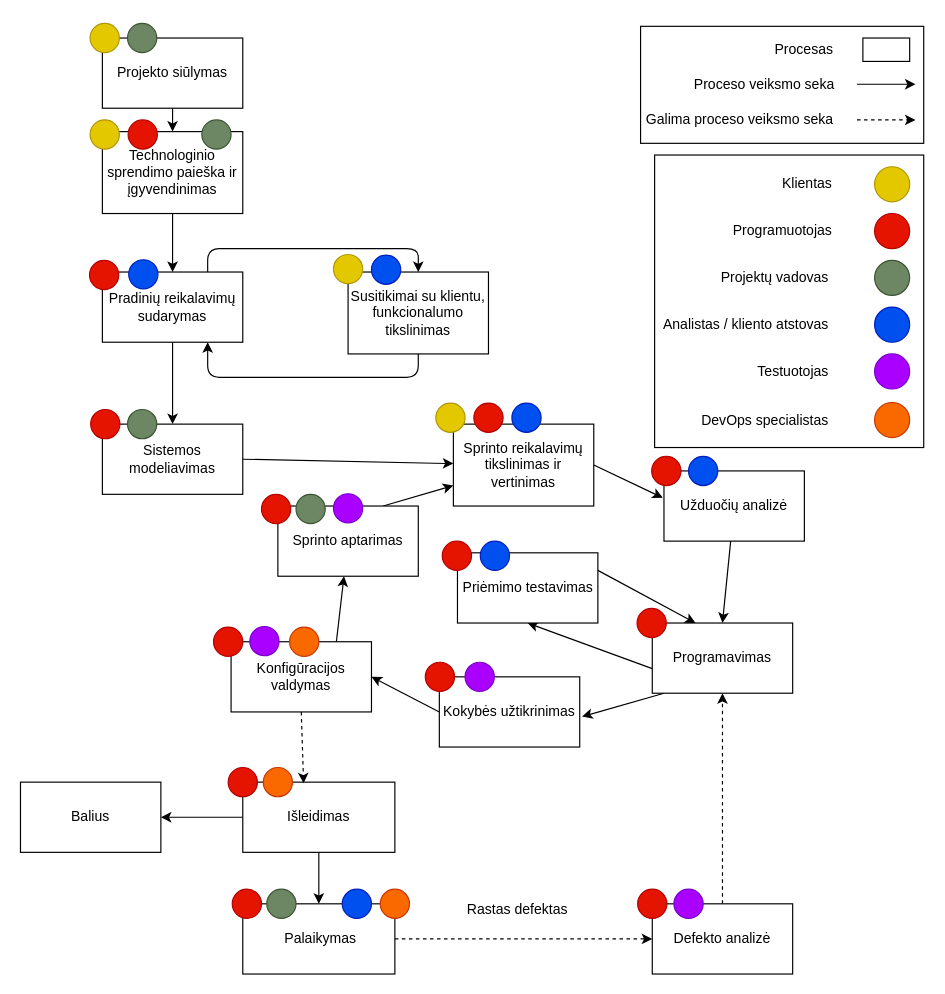
Above: SoftwareProcessMoonTechnologies.drawio in DziugasMazulis/PKP (draw.io), before the change. Source tidied: cells renumbered, new cells numbered last; positions are measured from the earlier drawing's top-left corner, leaving out a move shared by most shapes. Both pictures are drawn from the tidied source at 117%, with x=0, y=0 at pixel (20, 20).
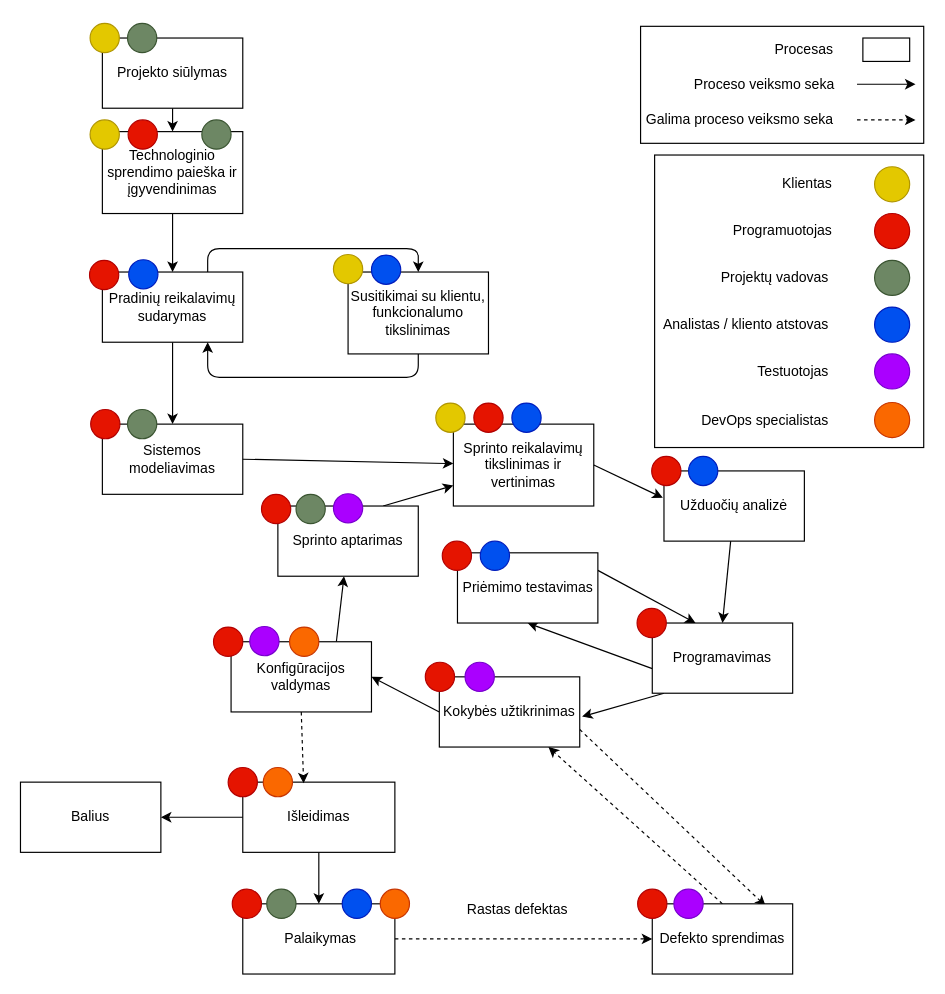
The same diagram, later.

Unchanged cells that the change refers to:
```xml
<mxCell id="15" value="Programavimas" style="rounded=0;whiteSpace=wrap;html=1;" parent="1" vertex="1">
  <mxGeometry x="540" y="515" width="120" height="60" as="geometry" />
</mxCell>
<mxCell id="17" value="Kokybės užtikrinimas" style="rounded=0;whiteSpace=wrap;html=1;" parent="1" vertex="1">
  <mxGeometry x="358" y="561" width="120" height="60" as="geometry" />
</mxCell>
```

Diff of the diagram source:
```diff
@@
+    <mxCell id="108" style="edgeStyle=none;rounded=0;jettySize=auto;html=1;exitX=1;exitY=0.75;exitDx=0;exitDy=0;entryX=0.808;entryY=0.033;entryDx=0;entryDy=0;entryPerimeter=0;dashed=1;" parent="1" edge="1" source="17" target="28">
+      <mxGeometry relative="1" as="geometry" />
+    </mxCell>
@@
-    <mxCell id="27" style="edgeStyle=orthogonalEdgeStyle;rounded=0;jettySize=auto;html=1;exitX=0.5;exitY=0;exitDx=0;exitDy=0;entryX=0.5;entryY=1;entryDx=0;entryDy=0;dashed=1;" parent="1" edge="1" source="28" target="15">
-      <mxGeometry relative="1" as="geometry">
-        <Array as="points">
-          <mxPoint x="600" y="725" />
-        </Array>
-      </mxGeometry>
+    <mxCell id="27" style="rounded=0;jettySize=auto;html=1;exitX=0.5;exitY=0;exitDx=0;exitDy=0;dashed=1;" parent="1" edge="1" source="28" target="17">
+      <mxGeometry relative="1" as="geometry" />
     </mxCell>
-    <mxCell id="28" value="Defekto analizė" style="rounded=0;whiteSpace=wrap;html=1;" parent="1" vertex="1">
+    <mxCell id="28" value="Defekto sprendimas" style="rounded=0;whiteSpace=wrap;html=1;" parent="1" vertex="1">
       <mxGeometry x="540" y="755" width="120" height="60" as="geometry" />
     </mxCell>
```
